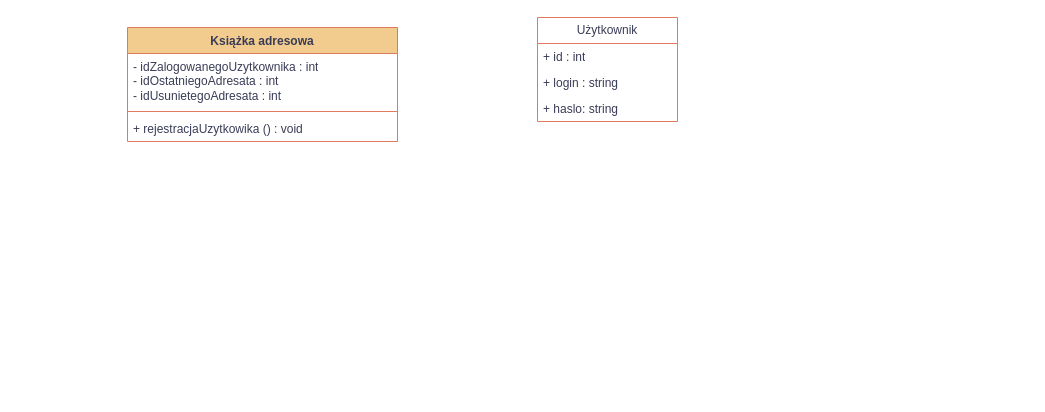
This is Ksiazka adresowa.drawio from endyyKD/KsiazkaAdresowa_OOP, a draw.io file, before an edit. Source tidied: cells renumbered, new cells numbered last; positions are measured from the earlier drawing's top-left corner, leaving out a move shared by most shapes. Both pictures are drawn from the tidied source at 100%, with x=0, y=0 at pixel (127, 17).
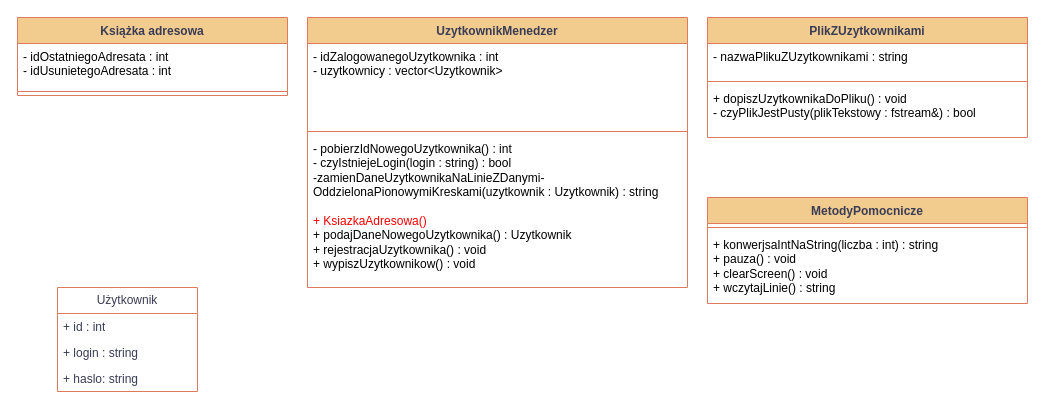
Above is the later version.

Commit message (it also covers changes not shown here):
Divide KsiazkaAdresowa into smaller classes

Change to the diagram source:
```diff
@@
 <mxGraphModel>
   <root>
     <mxCell id="0" />
     <mxCell id="1" parent="0" />
     <mxCell id="2" value="Książka adresowa" style="swimlane;fontStyle=1;align=center;verticalAlign=top;horizontal=1;startSize=26;whiteSpace=wrap;html=1;labelBackgroundColor=none;fillColor=#F2CC8F;strokeColor=#E07A5F;fontColor=#393C56;" parent="1" vertex="1">
-      <mxGeometry y="10" width="270" height="114" as="geometry" />
+      <mxGeometry x="-110" width="270" height="78" as="geometry" />
     </mxCell>
-    <mxCell id="3" value="&lt;div&gt;&lt;div&gt;- idZalogowanegoUzytkownika : int&lt;/div&gt;&lt;div&gt;- idOstatniegoAdresata : int&lt;/div&gt;&lt;div&gt;- idUsunietegoAdresata : int&lt;/div&gt;&lt;/div&gt;&lt;div&gt;&lt;br&gt;&lt;/div&gt;" style="text;strokeColor=none;fillColor=none;align=left;verticalAlign=top;spacingLeft=4;spacingRight=4;overflow=hidden;whiteSpace=wrap;html=1;labelBackgroundColor=none;fontColor=#393C56;" parent="2" vertex="1">
-      <mxGeometry y="26" width="270" height="54" as="geometry" />
+    <mxCell id="3" value="&lt;div&gt;&lt;div&gt;&lt;span style=&quot;color: rgb(0, 0, 0);&quot;&gt;- idOstatniegoAdresata : int&lt;/span&gt;&lt;br style=&quot;padding: 0px; margin: 0px; color: rgb(0, 0, 0);&quot;&gt;&lt;span style=&quot;color: rgb(0, 0, 0);&quot;&gt;- idUsunietegoAdresata : int&lt;/span&gt;&lt;br style=&quot;padding: 0px; margin: 0px; color: rgb(0, 0, 0);&quot;&gt;&lt;/div&gt;&lt;/div&gt;" style="text;strokeColor=none;fillColor=none;align=left;verticalAlign=top;spacingLeft=4;spacingRight=4;overflow=hidden;whiteSpace=wrap;html=1;labelBackgroundColor=none;fontColor=#393C56;" parent="2" vertex="1">
+      <mxGeometry y="26" width="270" height="44" as="geometry" />
     </mxCell>
     <mxCell id="4" style="line;strokeWidth=1;fillColor=none;align=left;verticalAlign=middle;spacingTop=-1;spacingLeft=3;spacingRight=3;labelPosition=right;strokeColor=#E07A5F;labelBackgroundColor=none;fontColor=#393C56;" parent="2" vertex="1">
-      <mxGeometry y="80" width="270" height="8" as="geometry" />
+      <mxGeometry y="70" width="270" height="8" as="geometry" />
     </mxCell>
-    <mxCell id="5" value="+ rejestracjaUzytkowika () : void" style="text;strokeColor=none;fillColor=none;align=left;verticalAlign=top;spacingLeft=4;spacingRight=4;overflow=hidden;whiteSpace=wrap;html=1;labelBackgroundColor=none;fontColor=#393C56;" parent="2" vertex="1">
-      <mxGeometry y="88" width="270" height="26" as="geometry" />
-    </mxCell>
     <mxCell id="6" value="Użytkownik" style="swimlane;fontStyle=0;horizontal=1;startSize=26;fillColor=none;whiteSpace=wrap;html=1;labelBackgroundColor=none;strokeColor=#E07A5F;fontColor=#393C56;" parent="1" vertex="1">
-      <mxGeometry x="410" width="140" height="104" as="geometry" />
+      <mxGeometry x="-70" y="270" width="140" height="104" as="geometry" />
     </mxCell>
     <mxCell id="7" value="+ id : int" style="text;strokeColor=none;fillColor=none;align=left;verticalAlign=top;spacingLeft=4;spacingRight=4;overflow=hidden;whiteSpace=wrap;html=1;labelBackgroundColor=none;fontColor=#393C56;" parent="6" vertex="1">
       <mxGeometry y="26" width="140" height="26" as="geometry" />
     </mxCell>
     <mxCell id="8" value="+ login : string" style="text;strokeColor=none;fillColor=none;align=left;verticalAlign=top;spacingLeft=4;spacingRight=4;overflow=hidden;whiteSpace=wrap;html=1;labelBackgroundColor=none;fontColor=#393C56;" parent="6" vertex="1">
       <mxGeometry y="52" width="140" height="26" as="geometry" />
     </mxCell>
     <mxCell id="9" value="+ haslo: string" style="text;strokeColor=none;fillColor=none;align=left;verticalAlign=top;spacingLeft=4;spacingRight=4;overflow=hidden;whiteSpace=wrap;html=1;labelBackgroundColor=none;fontColor=#393C56;" parent="6" vertex="1">
       <mxGeometry y="78" width="140" height="26" as="geometry" />
     </mxCell>
+    <mxCell id="10" value="UzytkownikMenedzer" style="swimlane;fontStyle=1;align=center;verticalAlign=top;horizontal=1;startSize=26;whiteSpace=wrap;html=1;labelBackgroundColor=none;fillColor=#F2CC8F;strokeColor=#E07A5F;fontColor=#393C56;" parent="1" vertex="1">
+      <mxGeometry x="180" width="380" height="270" as="geometry" />
+    </mxCell>
+    <mxCell id="11" value="&lt;div&gt;&lt;div&gt;&lt;span style=&quot;color: rgb(0, 0, 0);&quot;&gt;- idZalogowanegoUzytkownika : int&lt;/span&gt;&lt;br style=&quot;padding: 0px; margin: 0px; color: rgb(0, 0, 0);&quot;&gt;&lt;span style=&quot;color: rgb(0, 0, 0);&quot;&gt;- uzytkownicy : vector&amp;lt;Uzytkownik&amp;gt;&lt;/span&gt;&lt;br style=&quot;padding: 0px; margin: 0px; color: rgb(0, 0, 0);&quot;&gt;&lt;br style=&quot;padding: 0px; margin: 0px; color: rgb(0, 0, 0);&quot;&gt;&lt;/div&gt;&lt;/div&gt;" style="text;strokeColor=none;fillColor=none;align=left;verticalAlign=top;spacingLeft=4;spacingRight=4;overflow=hidden;whiteSpace=wrap;html=1;labelBackgroundColor=none;fontColor=#393C56;" parent="10" vertex="1">
+      <mxGeometry y="26" width="380" height="84" as="geometry" />
+    </mxCell>
+    <mxCell id="12" style="line;strokeWidth=1;fillColor=none;align=left;verticalAlign=middle;spacingTop=-1;spacingLeft=3;spacingRight=3;labelPosition=right;strokeColor=#E07A5F;labelBackgroundColor=none;fontColor=#393C56;" parent="10" vertex="1">
+      <mxGeometry y="110" width="380" height="8" as="geometry" />
+    </mxCell>
+    <mxCell id="13" value="&lt;span style=&quot;color: rgb(0, 0, 0);&quot;&gt;- pobierzIdNowegoUzytkownika() : int&lt;/span&gt;&lt;br style=&quot;padding: 0px; margin: 0px; color: rgb(0, 0, 0);&quot;&gt;&lt;span style=&quot;color: rgb(0, 0, 0);&quot;&gt;- czyIstniejeLogin(login : string) : bool&lt;/span&gt;&lt;div&gt;&lt;span style=&quot;color: rgb(0, 0, 0);&quot;&gt;&lt;div style=&quot;&quot;&gt;&lt;font color=&quot;#000000&quot;&gt;-zamienDaneUzytkownikaNaLinieZDanymi-OddzielonaPionowymiKreskami(uzytkownik : Uzytkownik) : string&lt;/font&gt;&lt;/div&gt;&lt;/span&gt;&lt;/div&gt;&lt;div&gt;&lt;span style=&quot;color: rgb(0, 0, 0); background-color: light-dark(#ffffff, var(--ge-dark-color, #121212));&quot;&gt;&lt;br&gt;&lt;/span&gt;&lt;/div&gt;&lt;div&gt;&lt;span&gt;&lt;span&gt;&lt;font style=&quot;color: rgb(255, 0, 0);&quot;&gt;+ KsiazkaAdresowa()&lt;/font&gt;&lt;/span&gt;&lt;/span&gt;&lt;/div&gt;&lt;div&gt;&lt;span style=&quot;color: rgb(0, 0, 0);&quot;&gt;+ podajDaneNowegoUzytkownika() : Uzytkownik&lt;/span&gt;&lt;span&gt;&lt;font color=&quot;#ff0000&quot;&gt;&lt;br style=&quot;padding: 0px; margin: 0px;&quot;&gt;&lt;/font&gt;&lt;font color=&quot;#000000&quot;&gt;+ rejestracjaUzytkownika() : void&lt;/font&gt;&lt;br style=&quot;padding: 0px; margin: 0px;&quot;&gt;&lt;font color=&quot;#000000&quot;&gt;+ wypiszUzytkownikow() : void&lt;/font&gt;&lt;/span&gt;&lt;/div&gt;" style="text;strokeColor=none;fillColor=none;align=left;verticalAlign=top;spacingLeft=4;spacingRight=4;overflow=hidden;whiteSpace=wrap;html=1;labelBackgroundColor=none;fontColor=#393C56;" parent="10" vertex="1">
+      <mxGeometry y="118" width="380" height="152" as="geometry" />
+    </mxCell>
+    <mxCell id="14" value="PlikZUzytkownikami" style="swimlane;fontStyle=1;align=center;verticalAlign=top;horizontal=1;startSize=26;whiteSpace=wrap;html=1;labelBackgroundColor=none;fillColor=#F2CC8F;strokeColor=#E07A5F;fontColor=#393C56;" parent="1" vertex="1">
+      <mxGeometry x="580" width="320" height="120" as="geometry" />
+    </mxCell>
+    <mxCell id="15" value="&lt;div&gt;&lt;div&gt;&lt;span style=&quot;color: rgb(0, 0, 0);&quot;&gt;- nazwaPlikuZUzytkownikami : string&lt;/span&gt;&lt;/div&gt;&lt;/div&gt;" style="text;strokeColor=none;fillColor=none;align=left;verticalAlign=top;spacingLeft=4;spacingRight=4;overflow=hidden;whiteSpace=wrap;html=1;labelBackgroundColor=none;fontColor=#393C56;" parent="14" vertex="1">
+      <mxGeometry y="26" width="320" height="34" as="geometry" />
+    </mxCell>
+    <mxCell id="16" style="line;strokeWidth=1;fillColor=none;align=left;verticalAlign=middle;spacingTop=-1;spacingLeft=3;spacingRight=3;labelPosition=right;strokeColor=#E07A5F;labelBackgroundColor=none;fontColor=#393C56;" parent="14" vertex="1">
+      <mxGeometry y="60" width="320" height="8" as="geometry" />
+    </mxCell>
+    <mxCell id="17" value="&lt;div&gt;&lt;span style=&quot;color: rgb(0, 0, 0);&quot;&gt;+ dopiszUzytkownikaDoPliku() : void&lt;/span&gt;&lt;/div&gt;&lt;div&gt;&lt;span style=&quot;color: rgb(0, 0, 0);&quot;&gt;&lt;div&gt;&lt;font color=&quot;#000000&quot;&gt;- czyPlikJestPusty(plikTekstowy : fstream&amp;amp;) : bool&lt;/font&gt;&lt;/div&gt;&lt;div style=&quot;color: rgb(0, 0, 0);&quot;&gt;&lt;br&gt;&lt;/div&gt;&lt;/span&gt;&lt;/div&gt;" style="text;strokeColor=none;fillColor=none;align=left;verticalAlign=top;spacingLeft=4;spacingRight=4;overflow=hidden;whiteSpace=wrap;html=1;labelBackgroundColor=none;fontColor=#393C56;" parent="14" vertex="1">
+      <mxGeometry y="68" width="320" height="52" as="geometry" />
+    </mxCell>
+    <mxCell id="18" value="MetodyPomocnicze" style="swimlane;fontStyle=1;align=center;verticalAlign=top;horizontal=1;startSize=26;whiteSpace=wrap;html=1;labelBackgroundColor=none;fillColor=#F2CC8F;strokeColor=#E07A5F;fontColor=#393C56;" parent="1" vertex="1">
+      <mxGeometry x="580" y="180" width="320" height="106" as="geometry" />
+    </mxCell>
+    <mxCell id="19" style="line;strokeWidth=1;fillColor=none;align=left;verticalAlign=middle;spacingTop=-1;spacingLeft=3;spacingRight=3;labelPosition=right;strokeColor=#E07A5F;labelBackgroundColor=none;fontColor=#393C56;" parent="18" vertex="1">
+      <mxGeometry y="26" width="320" height="8" as="geometry" />
+    </mxCell>
+    <mxCell id="20" value="&lt;div&gt;&lt;span style=&quot;color: rgb(0, 0, 0);&quot;&gt;+ konwerjsaIntNaString(liczba : int) : string&lt;/span&gt;&lt;/div&gt;&lt;div&gt;&lt;span style=&quot;color: rgb(0, 0, 0);&quot;&gt;&lt;span style=&quot;color: rgb(0, 0, 0);&quot;&gt;+ pauza() : void&lt;/span&gt;&lt;br style=&quot;padding: 0px; margin: 0px; color: rgb(0, 0, 0);&quot;&gt;&lt;span style=&quot;color: rgb(0, 0, 0);&quot;&gt;+ clearScreen() : void&lt;/span&gt;&lt;/span&gt;&lt;/div&gt;&lt;div&gt;&lt;span style=&quot;color: rgb(0, 0, 0);&quot;&gt;&lt;span style=&quot;color: rgb(0, 0, 0);&quot;&gt;+ wczytajLinie() : string&lt;/span&gt;&lt;/span&gt;&lt;/div&gt;" style="text;strokeColor=none;fillColor=none;align=left;verticalAlign=top;spacingLeft=4;spacingRight=4;overflow=hidden;whiteSpace=wrap;html=1;labelBackgroundColor=none;fontColor=#393C56;" parent="18" vertex="1">
+      <mxGeometry y="34" width="320" height="72" as="geometry" />
+    </mxCell>
   </root>
 </mxGraphModel>
```
